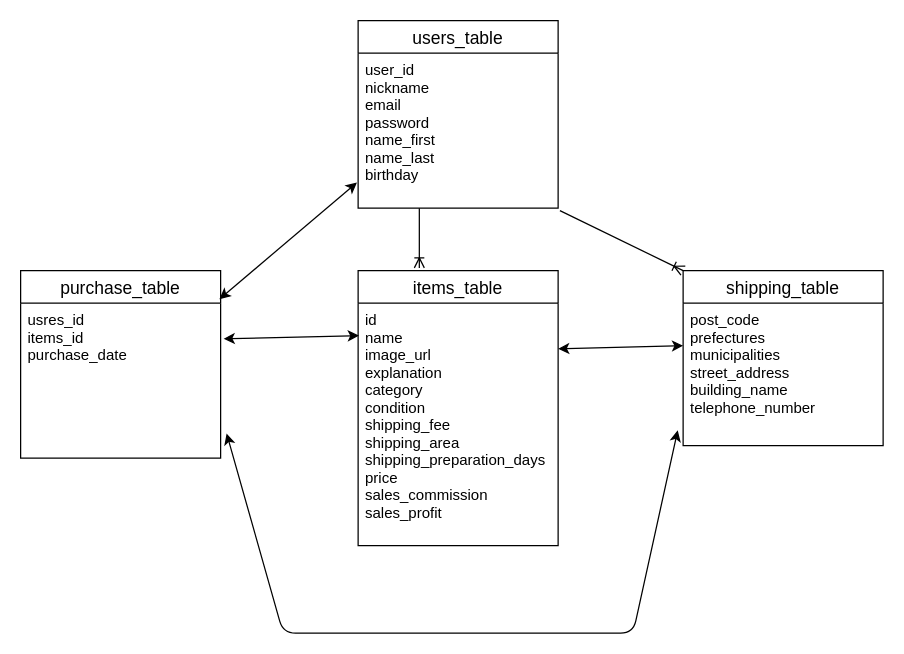
Earlier version of the draw.io diagram app/views/ER.dio (sugimotocan/furima-40551). Source tidied: cells renumbered, new cells numbered last; positions are measured from the earlier drawing's top-left corner, leaving out a move shared by most shapes. Both pictures are drawn from the tidied source at 125%, with x=0, y=0 at pixel (20, 20).
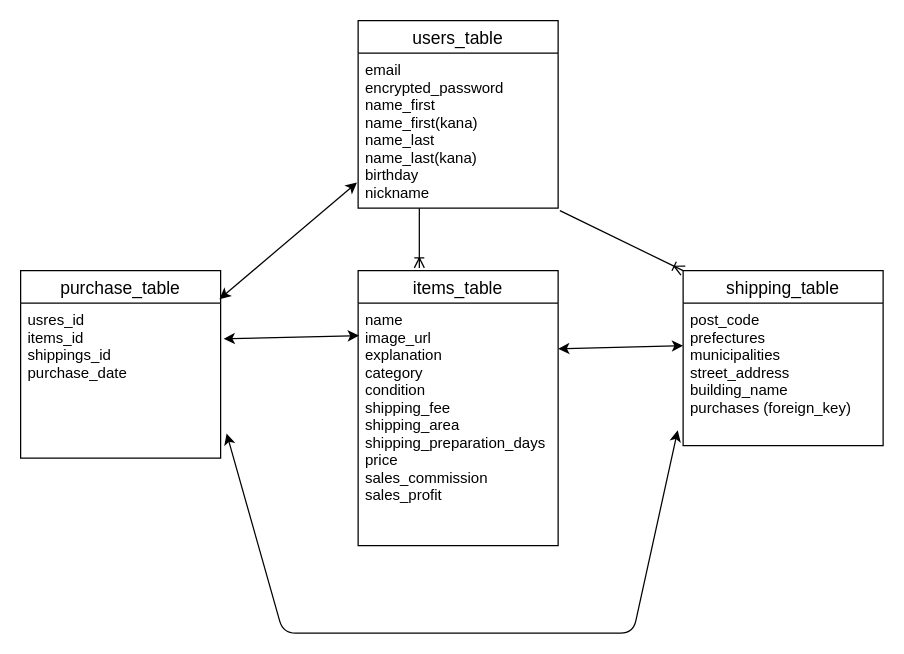
After the change.

What changed in the source:
```diff
@@
 <mxGraphModel>
   <root>
     <mxCell id="0" />
     <mxCell id="1" parent="0" />
     <mxCell id="2" value="shipping_table" style="swimlane;fontStyle=0;horizontal=1;startSize=26;align=center;fontSize=14;" parent="1" vertex="1">
       <mxGeometry x="530" y="200" width="160" height="140" as="geometry" />
     </mxCell>
-    <mxCell id="3" value="post_code&#10;prefectures&#10;municipalities&#10;street_address&#10;building_name&#10;telephone_number&#10;&#10;&#10;&#10;&#10;" style="text;strokeColor=none;fillColor=none;spacingLeft=4;spacingRight=4;overflow=hidden;points=[[0,0.5],[1,0.5]];portConstraint=eastwest;fontSize=12;" parent="2" vertex="1">
+    <mxCell id="3" value="post_code&#10;prefectures&#10;municipalities&#10;street_address&#10;building_name&#10;purchases (foreign_key)&#10;&#10;&#10;&#10;" style="text;strokeColor=none;fillColor=none;spacingLeft=4;spacingRight=4;overflow=hidden;points=[[0,0.5],[1,0.5]];portConstraint=eastwest;fontSize=12;" parent="2" vertex="1">
       <mxGeometry y="26" width="160" height="114" as="geometry" />
     </mxCell>
     <mxCell id="4" value="items_table" style="swimlane;fontStyle=0;horizontal=1;startSize=26;align=center;fontSize=14;" parent="1" vertex="1">
       <mxGeometry x="270" y="200" width="160" height="220" as="geometry" />
     </mxCell>
-    <mxCell id="5" value="id&#10;name&#10;image_url&#10;explanation&#10;category&#10;condition&#10;shipping_fee&#10;shipping_area&#10;shipping_preparation_days&#10;price&#10;sales_commission&#10;sales_profit&#10;&#10;&#10;&#10;&#10;&#10;" style="text;strokeColor=none;fillColor=none;spacingLeft=4;spacingRight=4;overflow=hidden;points=[[0,0.5],[1,0.5]];portConstraint=eastwest;fontSize=12;" parent="4" vertex="1">
+    <mxCell id="5" value="name&#10;image_url&#10;explanation&#10;category&#10;condition&#10;shipping_fee&#10;shipping_area&#10;shipping_preparation_days&#10;price&#10;sales_commission&#10;sales_profit&#10;&#10;&#10;&#10;&#10;&#10;" style="text;strokeColor=none;fillColor=none;spacingLeft=4;spacingRight=4;overflow=hidden;points=[[0,0.5],[1,0.5]];portConstraint=eastwest;fontSize=12;" parent="4" vertex="1">
       <mxGeometry y="26" width="160" height="194" as="geometry" />
     </mxCell>
     <mxCell id="6" style="edgeStyle=none;html=1;endArrow=ERoneToMany;endFill=0;exitX=0.306;exitY=1;exitDx=0;exitDy=0;exitPerimeter=0;jumpSize=12;entryX=0.306;entryY=-0.01;entryDx=0;entryDy=0;entryPerimeter=0;" parent="1" edge="1" source="10" target="4">
       <mxGeometry relative="1" as="geometry" />
     </mxCell>
     <mxCell id="7" value="purchase_table" style="swimlane;fontStyle=0;horizontal=1;startSize=26;align=center;fontSize=14;" parent="1" vertex="1">
       <mxGeometry y="200" width="160" height="150" as="geometry" />
     </mxCell>
-    <mxCell id="8" value="usres_id&#10;items_id&#10;purchase_date&#10;&#10;" style="text;strokeColor=none;fillColor=none;spacingLeft=4;spacingRight=4;overflow=hidden;points=[[0,0.5],[1,0.5]];portConstraint=eastwest;fontSize=12;" parent="7" vertex="1">
+    <mxCell id="8" value="usres_id&#10;items_id&#10;shippings_id&#10;purchase_date&#10;&#10;" style="text;strokeColor=none;fillColor=none;spacingLeft=4;spacingRight=4;overflow=hidden;points=[[0,0.5],[1,0.5]];portConstraint=eastwest;fontSize=12;" parent="7" vertex="1">
       <mxGeometry y="26" width="160" height="124" as="geometry" />
     </mxCell>
     <mxCell id="9" value="users_table" style="swimlane;fontStyle=0;horizontal=1;startSize=26;align=center;fontSize=14;" parent="1" vertex="1">
       <mxGeometry x="270" width="160" height="150" as="geometry" />
     </mxCell>
-    <mxCell id="10" value="user_id&#10;nickname&#10;email&#10;password&#10;name_first&#10;name_last&#10;birthday&#10;" style="text;strokeColor=none;fillColor=none;spacingLeft=4;spacingRight=4;overflow=hidden;points=[[0,0.5],[1,0.5]];portConstraint=eastwest;fontSize=12;" parent="9" vertex="1">
+    <mxCell id="10" value="email&#10;encrypted_password&#10;name_first&#10;name_first(kana)&#10;name_last&#10;name_last(kana)&#10;birthday&#10;nickname" style="text;strokeColor=none;fillColor=none;spacingLeft=4;spacingRight=4;overflow=hidden;points=[[0,0.5],[1,0.5]];portConstraint=eastwest;fontSize=12;" parent="9" vertex="1">
       <mxGeometry y="26" width="160" height="124" as="geometry" />
     </mxCell>
     <mxCell id="11" style="edgeStyle=none;html=1;endArrow=ERoneToMany;endFill=0;exitX=1.009;exitY=1.016;exitDx=0;exitDy=0;exitPerimeter=0;jumpSize=12;entryX=0;entryY=0;entryDx=0;entryDy=0;" parent="1" edge="1" source="10" target="2">
       <mxGeometry relative="1" as="geometry" />
     </mxCell>
     <mxCell id="12" style="endArrow=classic;startArrow=classic;html=1;jumpSize=12;entryX=-0.027;entryY=0.893;entryDx=0;entryDy=0;entryPerimeter=0;exitX=1.03;exitY=0.841;exitDx=0;exitDy=0;exitPerimeter=0;" parent="1" edge="1" source="8" target="3">
       <mxGeometry relative="1" as="geometry">
         <Array as="points">
           <mxPoint x="210" y="490" />
           <mxPoint x="340" y="490" />
           <mxPoint x="490" y="490" />
         </Array>
       </mxGeometry>
     </mxCell>
     <mxCell id="13" style="endArrow=classic;startArrow=classic;html=1;jumpSize=12;exitX=0.994;exitY=0.152;exitDx=0;exitDy=0;exitPerimeter=0;entryX=-0.006;entryY=0.835;entryDx=0;entryDy=0;entryPerimeter=0;" parent="1" edge="1" source="7" target="10">
       <mxGeometry relative="1" as="geometry" />
     </mxCell>
     <mxCell id="14" style="endArrow=classic;startArrow=classic;html=1;jumpSize=12;exitX=1.015;exitY=0.23;exitDx=0;exitDy=0;exitPerimeter=0;entryX=0.004;entryY=0.134;entryDx=0;entryDy=0;entryPerimeter=0;" parent="1" edge="1" source="8" target="5">
       <mxGeometry relative="1" as="geometry" />
     </mxCell>
     <mxCell id="15" style="endArrow=classic;startArrow=classic;html=1;jumpSize=12;exitX=1.015;exitY=0.23;exitDx=0;exitDy=0;exitPerimeter=0;" parent="1" edge="1">
       <mxGeometry relative="1" as="geometry">
         <mxPoint x="430" y="262.5" as="sourcePoint" />
         <mxPoint x="530" y="260" as="targetPoint" />
       </mxGeometry>
     </mxCell>
   </root>
 </mxGraphModel>
```
